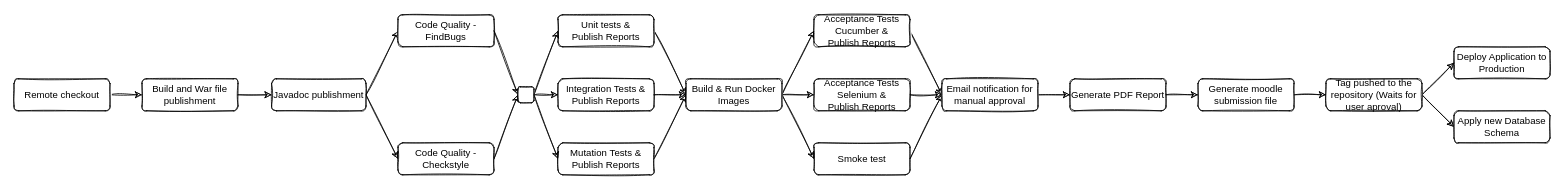
Earlier version of the draw.io diagram page "Project Pipeline SK1" (3 of 4) of images/ODSOFT CA2 Pipelines.drawio (Wultyc/ISEP_2021_1A1S_ODSOFT). Source tidied: cells renumbered, new cells numbered last; positions are measured from the earlier drawing's top-left corner, leaving out a move shared by most shapes. Both pictures are drawn from the tidied source at 80%, with x=0, y=0 at pixel (14, 14).
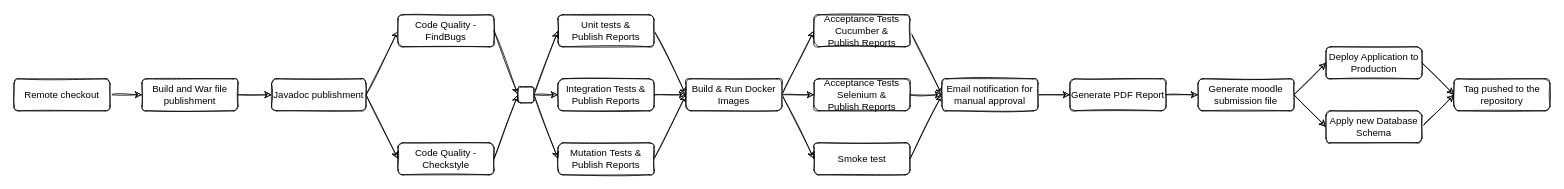
Above is the later version.

Commit message (it also covers changes not shown here):
update pipeline schema with push tag at the end

Unchanged cells that the change refers to:
```xml
<mxCell id="24" value="Generate moodle submission file" style="rounded=1;whiteSpace=wrap;html=1;fontSize=12;glass=0;strokeWidth=1;shadow=0;sketch=1;" parent="1" vertex="1">
  <mxGeometry x="1480" y="80" width="120" height="40" as="geometry" />
</mxCell>
```

What changed in the source:
```diff
@@
     <mxCell id="17" value="Deploy Application to Production" style="rounded=1;whiteSpace=wrap;html=1;sketch=1;" parent="1" vertex="1">
-      <mxGeometry x="1800" y="40" width="120" height="40" as="geometry" />
+      <mxGeometry x="1640" y="40" width="120" height="40" as="geometry" />
     </mxCell>
@@
-    <mxCell id="20" style="edgeStyle=none;rounded=0;sketch=1;jettySize=auto;html=1;exitX=1;exitY=0.5;exitDx=0;exitDy=0;entryX=0;entryY=0.5;entryDx=0;entryDy=0;" parent="1" edge="1" source="22" target="17">
+    <mxCell id="20" style="edgeStyle=none;rounded=0;sketch=1;jettySize=auto;html=1;exitX=1;exitY=0.5;exitDx=0;exitDy=0;entryX=0;entryY=0.5;entryDx=0;entryDy=0;" parent="1" edge="1" source="24" target="17">
       <mxGeometry relative="1" as="geometry" />
     </mxCell>
-    <mxCell id="21" style="edgeStyle=none;rounded=0;sketch=1;jettySize=auto;html=1;exitX=1;exitY=0.5;exitDx=0;exitDy=0;entryX=0;entryY=0.5;entryDx=0;entryDy=0;" parent="1" edge="1" source="22" target="41">
+    <mxCell id="21" style="edgeStyle=none;rounded=0;sketch=1;jettySize=auto;html=1;exitX=1;exitY=0.5;exitDx=0;exitDy=0;entryX=0;entryY=0.5;entryDx=0;entryDy=0;" parent="1" edge="1" source="24" target="41">
       <mxGeometry relative="1" as="geometry" />
     </mxCell>
-    <mxCell id="22" value="Tag pushed to the repository (Waits for user aproval)" style="rounded=1;whiteSpace=wrap;html=1;sketch=1;" parent="1" vertex="1">
-      <mxGeometry x="1640" y="80" width="120" height="40" as="geometry" />
+    <mxCell id="22" value="Tag pushed to the repository" style="rounded=1;whiteSpace=wrap;html=1;sketch=1;" parent="1" vertex="1">
+      <mxGeometry x="1800" y="80" width="120" height="40" as="geometry" />
     </mxCell>
-    <mxCell id="23" style="edgeStyle=none;rounded=0;sketch=1;jettySize=auto;html=1;" parent="1" edge="1" source="24" target="22">
+    <mxCell id="23" style="edgeStyle=none;rounded=0;sketch=1;jettySize=auto;html=1;exitX=1;exitY=0.5;exitDx=0;exitDy=0;entryX=0;entryY=0.5;entryDx=0;entryDy=0;" parent="1" edge="1" source="17" target="22">
       <mxGeometry relative="1" as="geometry" />
     </mxCell>
@@
+    <mxCell id="44" style="rounded=0;jettySize=auto;html=1;exitX=1;exitY=0.5;exitDx=0;exitDy=0;entryX=0;entryY=0.5;entryDx=0;entryDy=0;sketch=1;" parent="1" edge="1" source="41" target="22">
+      <mxGeometry relative="1" as="geometry" />
+    </mxCell>
     <mxCell id="41" value="Apply new Database Schema" style="rounded=1;whiteSpace=wrap;html=1;sketch=1;" parent="1" vertex="1">
-      <mxGeometry x="1800" y="120" width="120" height="40" as="geometry" />
+      <mxGeometry x="1640" y="120" width="120" height="40" as="geometry" />
     </mxCell>
```
